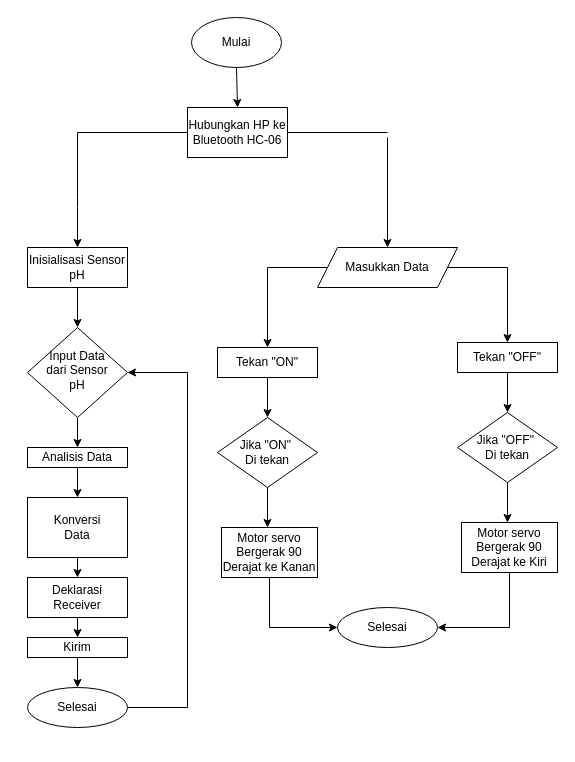
Above: Untitled Diagram.drawio in Handrawinata/komunikasi-nrf (draw.io), before the change. Source tidied: cells renumbered, new cells numbered last; positions are measured from the earlier drawing's top-left corner, leaving out a move shared by most shapes. Both pictures are drawn from the tidied source at 100%, with x=0, y=0 at pixel (27, 17).
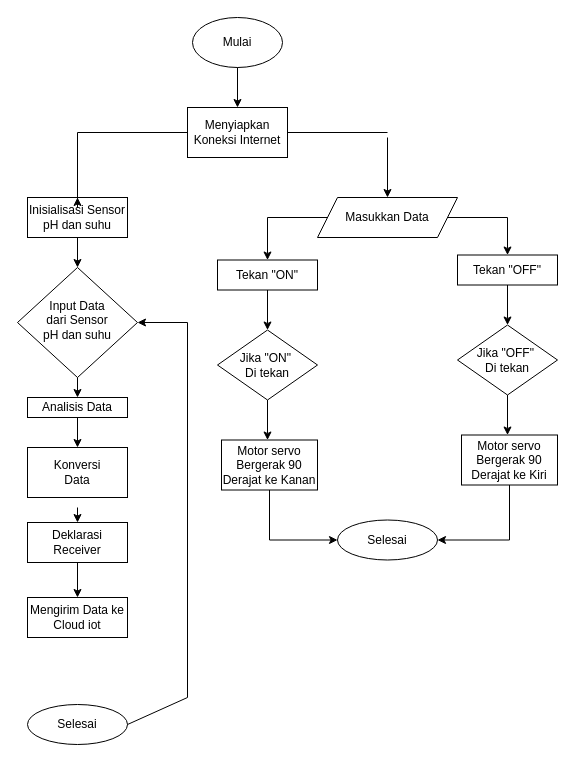
The same diagram, later.

What changed in the source:
```diff
@@
-    <mxCell id="2" value="Input Data &lt;br&gt;dari Sensor&lt;br&gt;pH" style="rhombus;whiteSpace=wrap;html=1;shadow=0;fontFamily=Helvetica;fontSize=12;align=center;strokeWidth=1;spacing=6;spacingTop=-4;" parent="1" vertex="1">
-      <mxGeometry y="310" width="100" height="90" as="geometry" />
+    <mxCell id="2" value="Input Data &lt;br&gt;dari Sensor&lt;br&gt;pH dan suhu" style="rhombus;whiteSpace=wrap;html=1;shadow=0;fontFamily=Helvetica;fontSize=12;align=center;strokeWidth=1;spacing=6;spacingTop=-4;" parent="1" vertex="1">
+      <mxGeometry x="-10" y="250" width="120" height="110" as="geometry" />
     </mxCell>
     <mxCell id="3" value="Mulai" style="ellipse;whiteSpace=wrap;html=1;" parent="1" vertex="1">
-      <mxGeometry x="164" width="90" height="50" as="geometry" />
+      <mxGeometry x="165" width="90" height="50" as="geometry" />
     </mxCell>
-    <mxCell id="4" value="Inisialisasi Sensor&lt;br&gt;pH" style="rounded=0;whiteSpace=wrap;html=1;" parent="1" vertex="1">
-      <mxGeometry y="230" width="100" height="40" as="geometry" />
+    <mxCell id="4" value="Inisialisasi Sensor&lt;br&gt;pH dan suhu" style="rounded=0;whiteSpace=wrap;html=1;" parent="1" vertex="1">
+      <mxGeometry y="180" width="100" height="40" as="geometry" />
     </mxCell>
@@
     <mxCell id="7" value="Analisis Data" style="rounded=0;whiteSpace=wrap;html=1;" parent="1" vertex="1">
-      <mxGeometry y="430" width="100" height="20" as="geometry" />
+      <mxGeometry y="380" width="100" height="20" as="geometry" />
     </mxCell>
@@
     <mxCell id="9" value="Konversi&lt;br&gt;Data" style="rounded=0;whiteSpace=wrap;html=1;" parent="1" vertex="1">
-      <mxGeometry y="480" width="100" height="60" as="geometry" />
+      <mxGeometry y="430" width="100" height="50" as="geometry" />
     </mxCell>
     <mxCell id="10" value="Deklarasi Receiver" style="rounded=0;whiteSpace=wrap;html=1;" parent="1" vertex="1">
-      <mxGeometry y="560" width="100" height="40" as="geometry" />
+      <mxGeometry y="505" width="100" height="40" as="geometry" />
     </mxCell>
-    <mxCell id="11" value="Kirim" style="rounded=0;whiteSpace=wrap;html=1;" parent="1" vertex="1">
-      <mxGeometry y="620" width="100" height="20" as="geometry" />
+    <mxCell id="11" value="Mengirim Data ke Cloud iot" style="rounded=0;whiteSpace=wrap;html=1;" parent="1" vertex="1">
+      <mxGeometry y="580" width="100" height="40" as="geometry" />
     </mxCell>
     <mxCell id="12" value="Selesai" style="ellipse;whiteSpace=wrap;html=1;" parent="1" vertex="1">
-      <mxGeometry y="670" width="100" height="40" as="geometry" />
+      <mxGeometry y="687" width="100" height="40" as="geometry" />
     </mxCell>
@@
     <mxCell id="14" style="endArrow=classic;html=1;rounded=0;entryX=0.5;entryY=0;entryDx=0;entryDy=0;" parent="1" edge="1" target="10">
       <mxGeometry relative="1" as="geometry">
-        <mxPoint x="50" y="540" as="sourcePoint" />
+        <mxPoint x="50" y="490" as="sourcePoint" />
       </mxGeometry>
     </mxCell>
@@
-    <mxCell id="16" style="endArrow=classic;html=1;rounded=0;exitX=0.5;exitY=1;exitDx=0;exitDy=0;" parent="1" edge="1" source="11">
-      <mxGeometry relative="1" as="geometry">
-        <mxPoint x="50" y="670" as="targetPoint" />
-      </mxGeometry>
-    </mxCell>
-    <mxCell id="17" value="Hubungkan HP ke&lt;br&gt;Bluetooth HC-06" style="rounded=0;whiteSpace=wrap;html=1;" parent="1" vertex="1">
+    <mxCell id="17" value="Menyiapkan Koneksi Internet" style="rounded=0;whiteSpace=wrap;html=1;" parent="1" vertex="1">
       <mxGeometry x="160" y="90" width="100" height="50" as="geometry" />
     </mxCell>
@@
     <mxCell id="21" value="Masukkan Data" style="shape=parallelogram;perimeter=parallelogramPerimeter;whiteSpace=wrap;html=1;fixedSize=1;" parent="1" vertex="1">
-      <mxGeometry x="290" y="230" width="140" height="40" as="geometry" />
+      <mxGeometry x="290" y="180" width="140" height="40" as="geometry" />
     </mxCell>
     <mxCell id="22" value="Tekan &quot;ON&quot;" style="rounded=0;whiteSpace=wrap;html=1;" parent="1" vertex="1">
-      <mxGeometry x="190" y="330" width="100" height="30" as="geometry" />
+      <mxGeometry x="190" y="242.5" width="100" height="30" as="geometry" />
     </mxCell>
     <mxCell id="23" style="endArrow=classic;html=1;rounded=0;exitX=0;exitY=0.5;exitDx=0;exitDy=0;entryX=0.5;entryY=0;entryDx=0;entryDy=0;" parent="1" edge="1" source="21" target="22">
       <mxGeometry relative="1" as="geometry">
         <Array as="points">
-          <mxPoint x="240" y="250" />
+          <mxPoint x="240" y="200" />
         </Array>
       </mxGeometry>
     </mxCell>
@@
     <mxCell id="25" value="Jika &quot;ON&quot;&amp;nbsp;&lt;br&gt;Di tekan" style="rhombus;whiteSpace=wrap;html=1;" parent="1" vertex="1">
-      <mxGeometry x="190" y="400" width="100" height="70" as="geometry" />
+      <mxGeometry x="190" y="312.5" width="100" height="70" as="geometry" />
     </mxCell>
     <mxCell id="26" style="endArrow=classic;html=1;rounded=0;exitX=0.5;exitY=1;exitDx=0;exitDy=0;" parent="1" edge="1" source="25">
       <mxGeometry relative="1" as="geometry">
-        <mxPoint x="240" y="470" as="targetPoint" />
+        <mxPoint x="240" y="382.5" as="targetPoint" />
       </mxGeometry>
     </mxCell>
     <mxCell id="27" style="endArrow=classic;html=1;rounded=0;exitX=0.5;exitY=1;exitDx=0;exitDy=0;" parent="1" edge="1" source="25">
       <mxGeometry relative="1" as="geometry">
-        <mxPoint x="240" y="510" as="targetPoint" />
+        <mxPoint x="240" y="422.5" as="targetPoint" />
       </mxGeometry>
     </mxCell>
     <mxCell id="28" value="Motor servo&lt;br&gt;Bergerak 90 Derajat ke Kanan" style="rounded=0;whiteSpace=wrap;html=1;" parent="1" vertex="1">
-      <mxGeometry x="194" y="510" width="96" height="50" as="geometry" />
+      <mxGeometry x="194" y="422.5" width="96" height="50" as="geometry" />
     </mxCell>
     <mxCell id="29" value="Selesai" style="ellipse;whiteSpace=wrap;html=1;" parent="1" vertex="1">
-      <mxGeometry x="310" y="590" width="100" height="40" as="geometry" />
+      <mxGeometry x="310" y="502.5" width="100" height="40" as="geometry" />
     </mxCell>
     <mxCell id="30" style="endArrow=classic;html=1;rounded=0;entryX=0;entryY=0.5;entryDx=0;entryDy=0;exitX=0.5;exitY=1;exitDx=0;exitDy=0;" parent="1" edge="1" source="28" target="29">
       <mxGeometry relative="1" as="geometry">
         <Array as="points">
-          <mxPoint x="242" y="610" />
+          <mxPoint x="242" y="522.5" />
         </Array>
       </mxGeometry>
     </mxCell>
     <mxCell id="31" value="Tekan &quot;OFF&quot;" style="rounded=0;whiteSpace=wrap;html=1;" parent="1" vertex="1">
-      <mxGeometry x="430" y="325" width="100" height="30" as="geometry" />
+      <mxGeometry x="430" y="237.5" width="100" height="30" as="geometry" />
     </mxCell>
@@
     <mxCell id="33" value="Jika &quot;OFF&quot;&amp;nbsp;&lt;br&gt;Di tekan" style="rhombus;whiteSpace=wrap;html=1;" parent="1" vertex="1">
-      <mxGeometry x="430" y="395" width="100" height="70" as="geometry" />
+      <mxGeometry x="430" y="307.5" width="100" height="70" as="geometry" />
     </mxCell>
     <mxCell id="34" style="endArrow=classic;html=1;rounded=0;exitX=0.5;exitY=1;exitDx=0;exitDy=0;" parent="1" edge="1" source="33">
       <mxGeometry relative="1" as="geometry">
-        <mxPoint x="480" y="465" as="targetPoint" />
+        <mxPoint x="480" y="377.5" as="targetPoint" />
       </mxGeometry>
     </mxCell>
     <mxCell id="35" style="endArrow=classic;html=1;rounded=0;exitX=0.5;exitY=1;exitDx=0;exitDy=0;" parent="1" edge="1" source="33">
       <mxGeometry relative="1" as="geometry">
-        <mxPoint x="480" y="505" as="targetPoint" />
+        <mxPoint x="480" y="417.5" as="targetPoint" />
       </mxGeometry>
     </mxCell>
     <mxCell id="36" value="Motor servo&lt;br&gt;Bergerak 90 Derajat ke Kiri" style="rounded=0;whiteSpace=wrap;html=1;" parent="1" vertex="1">
-      <mxGeometry x="434" y="505" width="96" height="50" as="geometry" />
+      <mxGeometry x="434" y="417.5" width="96" height="50" as="geometry" />
     </mxCell>
     <mxCell id="37" style="endArrow=classic;html=1;rounded=0;exitX=1;exitY=0.5;exitDx=0;exitDy=0;entryX=0.5;entryY=0;entryDx=0;entryDy=0;" parent="1" edge="1" source="21" target="31">
       <mxGeometry relative="1" as="geometry">
         <Array as="points">
-          <mxPoint x="480" y="250" />
+          <mxPoint x="480" y="200" />
         </Array>
       </mxGeometry>
     </mxCell>
     <mxCell id="38" style="endArrow=classic;html=1;rounded=0;exitX=0.5;exitY=1;exitDx=0;exitDy=0;entryX=1;entryY=0.5;entryDx=0;entryDy=0;" parent="1" edge="1" source="36" target="29">
       <mxGeometry relative="1" as="geometry">
         <Array as="points">
-          <mxPoint x="482" y="610" />
+          <mxPoint x="482" y="522.5" />
         </Array>
       </mxGeometry>
     </mxCell>
     <mxCell id="39" style="endArrow=classic;html=1;rounded=0;exitX=1;exitY=0.5;exitDx=0;exitDy=0;entryX=1;entryY=0.5;entryDx=0;entryDy=0;" parent="1" edge="1" source="12" target="2">
       <mxGeometry relative="1" as="geometry">
         <Array as="points">
-          <mxPoint x="160" y="690" />
-          <mxPoint x="160" y="355" />
+          <mxPoint x="160" y="680" />
+          <mxPoint x="160" y="305" />
         </Array>
       </mxGeometry>
     </mxCell>
```
